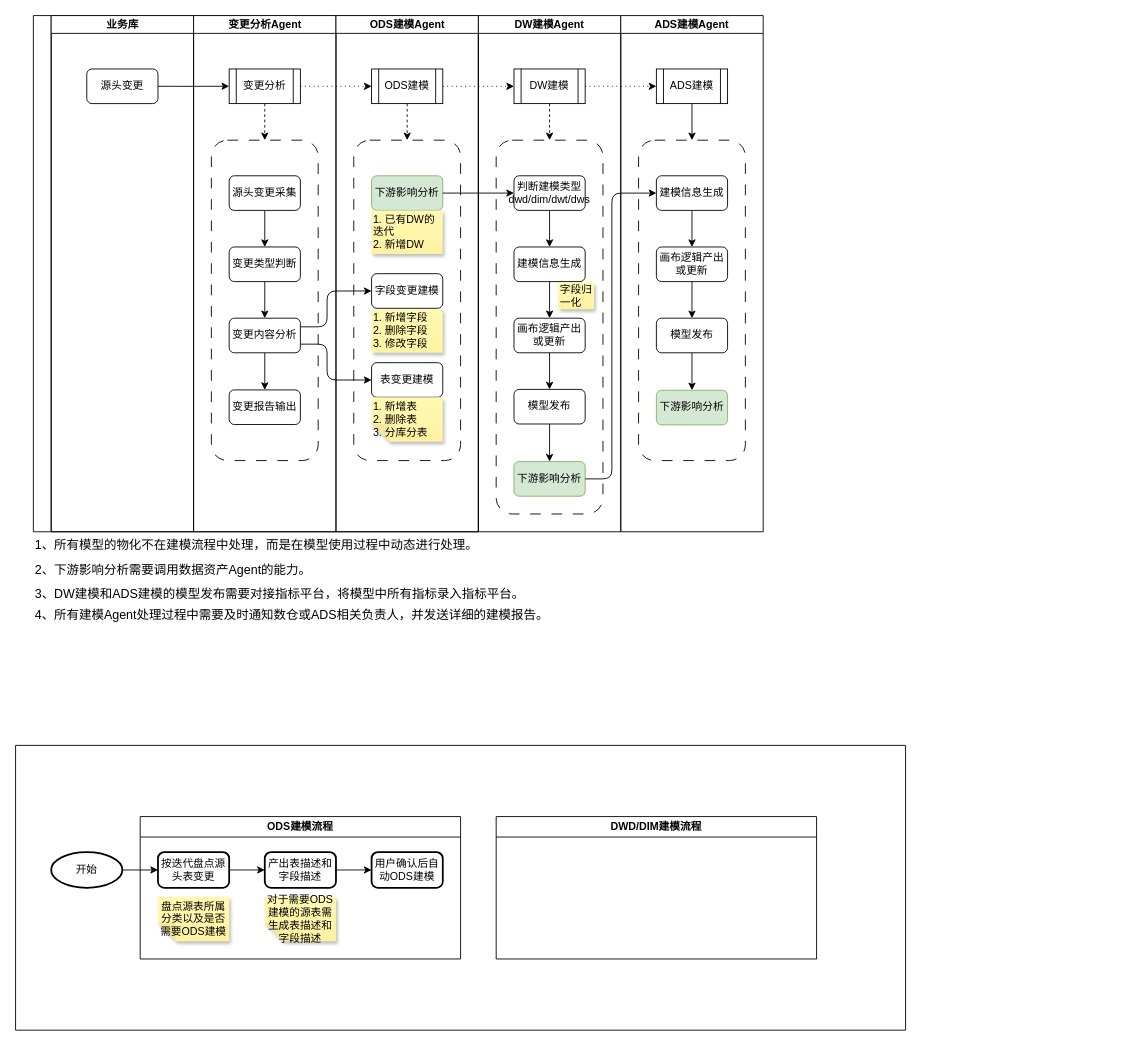
The draw.io diagram page "优化流程" (2 of 3) of biz_flow/智能建模业务流程图.drawio in hlld3344/diagrams, before the edit. Source tidied: cells renumbered, new cells numbered last; positions are measured from the earlier drawing's top-left corner, leaving out a move shared by most shapes. Both pictures are drawn from the tidied source at 89%, with x=0, y=0 at pixel (15, 15).
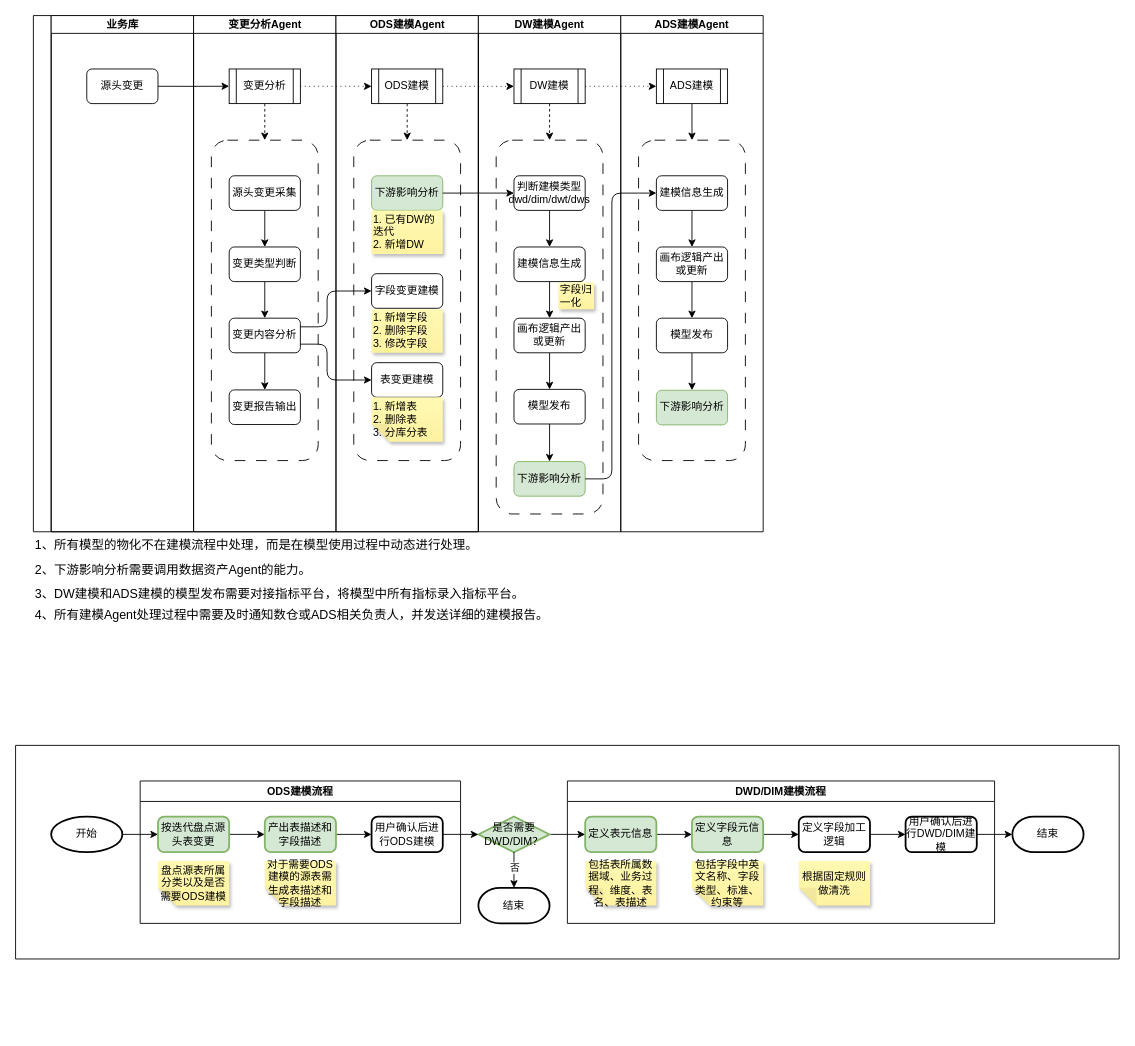
The same diagram, later.

Commit message:
更新智能建模业务流程图.drawio

The edit, as a diff of the source:
```diff
@@
     <mxCell id="62" style="swimlane;startSize=0;" parent="1" vertex="1">
-      <mxGeometry y="820" width="1000" height="320" as="geometry" />
+      <mxGeometry y="820" width="1240" height="240" as="geometry" />
     </mxCell>
@@
     <mxCell id="64" value="开始" style="strokeWidth=2;html=1;shape=mxgraph.flowchart.start_1;whiteSpace=wrap;" parent="62" vertex="1">
-      <mxGeometry x="40" y="120" width="80" height="40" as="geometry" />
+      <mxGeometry x="40" y="80" width="80" height="40" as="geometry" />
     </mxCell>
@@
-    <mxCell id="66" value="按迭代盘点源头表变更" style="rounded=1;whiteSpace=wrap;html=1;absoluteArcSize=1;arcSize=14;strokeWidth=2;" parent="62" vertex="1">
-      <mxGeometry x="160" y="120" width="80" height="40" as="geometry" />
+    <mxCell id="66" value="按迭代盘点源头表变更" style="rounded=1;whiteSpace=wrap;html=1;absoluteArcSize=1;arcSize=14;strokeWidth=2;fillColor=#d5e8d4;strokeColor=#82b366;" parent="62" vertex="1">
+      <mxGeometry x="160" y="80" width="80" height="40" as="geometry" />
     </mxCell>
@@
-    <mxCell id="68" value="产出表描述和字段描述" style="rounded=1;whiteSpace=wrap;html=1;absoluteArcSize=1;arcSize=14;strokeWidth=2;" parent="62" vertex="1">
-      <mxGeometry x="280" y="120" width="80" height="40" as="geometry" />
+    <mxCell id="68" value="产出表描述和字段描述" style="rounded=1;whiteSpace=wrap;html=1;absoluteArcSize=1;arcSize=14;strokeWidth=2;fillColor=#d5e8d4;strokeColor=#82b366;" parent="62" vertex="1">
+      <mxGeometry x="280" y="80" width="80" height="40" as="geometry" />
     </mxCell>
     <mxCell id="69" value="盘点源表所属分类以及是否需要ODS建模" style="shape=note;whiteSpace=wrap;html=1;backgroundOutline=1;fontColor=#000000;darkOpacity=0.05;fillColor=#FFF9B2;strokeColor=none;fillStyle=solid;direction=west;gradientDirection=north;gradientColor=#FFF2A1;shadow=1;size=20;" parent="62" vertex="1">
-      <mxGeometry x="160" y="170" width="80" height="50" as="geometry" />
+      <mxGeometry x="160" y="130" width="80" height="50" as="geometry" />
     </mxCell>
     <mxCell id="70" value="对于需要ODS建模的源表需生成表描述和字段描述" style="shape=note;whiteSpace=wrap;html=1;backgroundOutline=1;fontColor=#000000;darkOpacity=0.05;fillColor=#FFF9B2;strokeColor=none;fillStyle=solid;direction=west;gradientDirection=north;gradientColor=#FFF2A1;shadow=1;size=20;" parent="62" vertex="1">
-      <mxGeometry x="280" y="170" width="80" height="50" as="geometry" />
+      <mxGeometry x="280" y="130" width="80" height="50" as="geometry" />
     </mxCell>
-    <mxCell id="71" value="用户确认后自动ODS建模" style="rounded=1;whiteSpace=wrap;html=1;absoluteArcSize=1;arcSize=14;strokeWidth=2;" parent="62" vertex="1">
-      <mxGeometry x="400" y="120" width="80" height="40" as="geometry" />
+    <mxCell id="71" value="用户确认后进行ODS建模" style="rounded=1;whiteSpace=wrap;html=1;absoluteArcSize=1;arcSize=14;strokeWidth=2;" parent="62" vertex="1">
+      <mxGeometry x="400" y="80" width="80" height="40" as="geometry" />
     </mxCell>
     <mxCell id="72" value="ODS建模流程" style="swimlane;whiteSpace=wrap;html=1;" parent="62" vertex="1">
-      <mxGeometry x="140" y="80" width="360" height="160" as="geometry" />
+      <mxGeometry x="140" y="40" width="360" height="160" as="geometry" />
     </mxCell>
     <mxCell id="73" value="DWD/DIM建模流程" style="swimlane;whiteSpace=wrap;html=1;" parent="62" vertex="1">
-      <mxGeometry x="540" y="80" width="360" height="160" as="geometry" />
+      <mxGeometry x="620" y="40" width="480" height="160" as="geometry" />
     </mxCell>
+    <mxCell id="74" style="edgeStyle=orthogonalEdgeStyle;rounded=0;jettySize=auto;html=1;exitX=1;exitY=0.5;exitDx=0;exitDy=0;entryX=0;entryY=0.5;entryDx=0;entryDy=0;" parent="73" edge="1" source="75" target="77">
+      <mxGeometry relative="1" as="geometry" />
+    </mxCell>
+    <mxCell id="75" value="定义表元信息" style="rounded=1;whiteSpace=wrap;html=1;absoluteArcSize=1;arcSize=14;strokeWidth=2;fillColor=#d5e8d4;strokeColor=#82b366;" parent="73" vertex="1">
+      <mxGeometry x="20" y="40" width="80" height="40" as="geometry" />
+    </mxCell>
+    <mxCell id="76" style="edgeStyle=orthogonalEdgeStyle;rounded=0;jettySize=auto;html=1;exitX=1;exitY=0.5;exitDx=0;exitDy=0;entryX=0;entryY=0.5;entryDx=0;entryDy=0;" parent="73" edge="1" source="77" target="81">
+      <mxGeometry relative="1" as="geometry" />
+    </mxCell>
+    <mxCell id="77" value="定义字段元信息" style="rounded=1;whiteSpace=wrap;html=1;absoluteArcSize=1;arcSize=14;strokeWidth=2;fillColor=#d5e8d4;strokeColor=#82b366;" parent="73" vertex="1">
+      <mxGeometry x="140" y="40" width="80" height="40" as="geometry" />
+    </mxCell>
+    <mxCell id="78" value="包括表所属数据域、业务过程、维度、表名、表描述" style="shape=note;whiteSpace=wrap;html=1;backgroundOutline=1;fontColor=#000000;darkOpacity=0.05;fillColor=#FFF9B2;strokeColor=none;fillStyle=solid;direction=west;gradientDirection=north;gradientColor=#FFF2A1;shadow=1;size=20;" parent="73" vertex="1">
+      <mxGeometry x="20" y="90" width="80" height="50" as="geometry" />
+    </mxCell>
+    <mxCell id="79" value="包括字段中英文名称、字段类型、标准、约束等" style="shape=note;whiteSpace=wrap;html=1;backgroundOutline=1;fontColor=#000000;darkOpacity=0.05;fillColor=#FFF9B2;strokeColor=none;fillStyle=solid;direction=west;gradientDirection=north;gradientColor=#FFF2A1;shadow=1;size=20;" parent="73" vertex="1">
+      <mxGeometry x="140" y="90" width="80" height="50" as="geometry" />
+    </mxCell>
+    <mxCell id="80" style="edgeStyle=orthogonalEdgeStyle;rounded=0;jettySize=auto;html=1;exitX=1;exitY=0.5;exitDx=0;exitDy=0;entryX=0;entryY=0.5;entryDx=0;entryDy=0;" parent="73" edge="1" source="81" target="82">
+      <mxGeometry relative="1" as="geometry" />
+    </mxCell>
+    <mxCell id="81" value="定义字段加工逻辑" style="rounded=1;whiteSpace=wrap;html=1;absoluteArcSize=1;arcSize=14;strokeWidth=2;" parent="73" vertex="1">
+      <mxGeometry x="260" y="40" width="80" height="40" as="geometry" />
+    </mxCell>
+    <mxCell id="82" value="用户确认后进行DWD/DIM建模" style="rounded=1;whiteSpace=wrap;html=1;absoluteArcSize=1;arcSize=14;strokeWidth=2;" parent="73" vertex="1">
+      <mxGeometry x="380" y="40" width="80" height="40" as="geometry" />
+    </mxCell>
+    <mxCell id="83" value="根据固定规则做清洗" style="shape=note;whiteSpace=wrap;html=1;backgroundOutline=1;fontColor=#000000;darkOpacity=0.05;fillColor=#FFF9B2;strokeColor=none;fillStyle=solid;direction=west;gradientDirection=north;gradientColor=#FFF2A1;shadow=1;size=20;" parent="73" vertex="1">
+      <mxGeometry x="260" y="90" width="80" height="50" as="geometry" />
+    </mxCell>
+    <mxCell id="84" style="edgeStyle=orthogonalEdgeStyle;rounded=0;jettySize=auto;html=1;exitX=1;exitY=0.5;exitDx=0;exitDy=0;exitPerimeter=0;entryX=0;entryY=0.5;entryDx=0;entryDy=0;" parent="62" edge="1" source="85" target="75">
+      <mxGeometry relative="1" as="geometry" />
+    </mxCell>
+    <mxCell id="85" value="是否需要DWD/DIM？" style="strokeWidth=2;html=1;shape=mxgraph.flowchart.decision;whiteSpace=wrap;fillColor=#d5e8d4;strokeColor=#82b366;" parent="62" vertex="1">
+      <mxGeometry x="520" y="80" width="80" height="40" as="geometry" />
+    </mxCell>
+    <mxCell id="86" style="edgeStyle=orthogonalEdgeStyle;rounded=0;jettySize=auto;html=1;exitX=1;exitY=0.5;exitDx=0;exitDy=0;entryX=0;entryY=0.5;entryDx=0;entryDy=0;entryPerimeter=0;" parent="62" edge="1" source="71" target="85">
+      <mxGeometry relative="1" as="geometry">
+        <Array as="points">
+          <mxPoint x="500" y="100" />
+          <mxPoint x="500" y="100" />
+        </Array>
+      </mxGeometry>
+    </mxCell>
+    <mxCell id="87" value="结束" style="strokeWidth=2;html=1;shape=mxgraph.flowchart.terminator;whiteSpace=wrap;" parent="62" vertex="1">
+      <mxGeometry x="520" y="160" width="80" height="40" as="geometry" />
+    </mxCell>
+    <mxCell id="88" style="edgeStyle=orthogonalEdgeStyle;rounded=0;jettySize=auto;html=1;exitX=0.5;exitY=1;exitDx=0;exitDy=0;exitPerimeter=0;entryX=0.5;entryY=0;entryDx=0;entryDy=0;entryPerimeter=0;" parent="62" edge="1" source="85" target="87">
+      <mxGeometry relative="1" as="geometry" />
+    </mxCell>
+    <mxCell id="89" value="否" style="edgeLabel;html=1;align=center;verticalAlign=middle;" parent="88" vertex="1">
+      <mxGeometry x="-0.15" relative="1" as="geometry" />
+    </mxCell>
+    <mxCell id="90" value="结束" style="strokeWidth=2;html=1;shape=mxgraph.flowchart.terminator;whiteSpace=wrap;" parent="62" vertex="1">
+      <mxGeometry x="1120" y="80" width="80" height="40" as="geometry" />
+    </mxCell>
+    <mxCell id="91" style="edgeStyle=orthogonalEdgeStyle;rounded=0;jettySize=auto;html=1;exitX=1;exitY=0.5;exitDx=0;exitDy=0;entryX=0;entryY=0.5;entryDx=0;entryDy=0;entryPerimeter=0;" parent="62" edge="1" source="82" target="90">
+      <mxGeometry relative="1" as="geometry" />
+    </mxCell>
```
